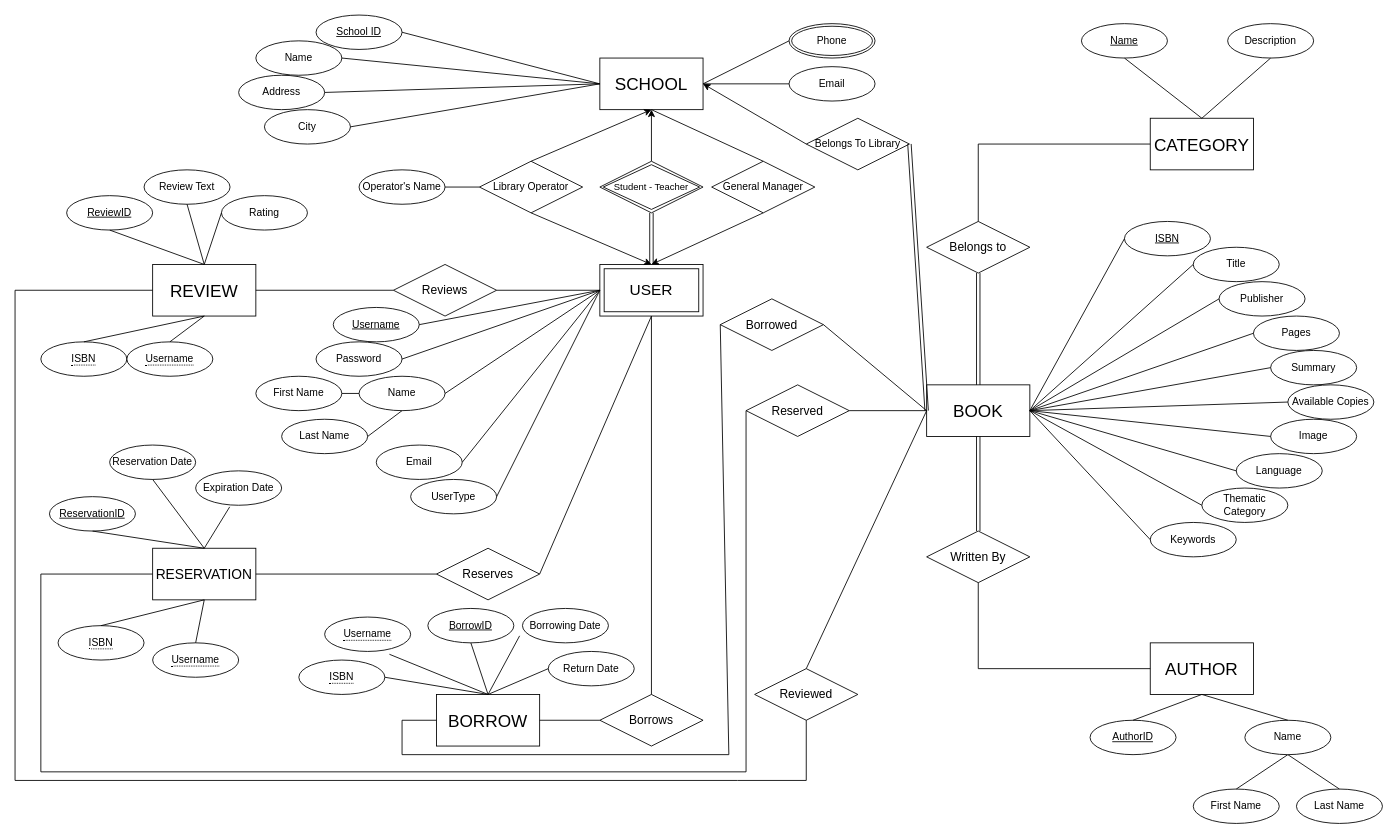
Above: diagrams/ermodel .drawio in konpappas/database (draw.io), before the change. Source tidied: cells renumbered, new cells numbered last; positions are measured from the earlier drawing's top-left corner, leaving out a move shared by most shapes. Both pictures are drawn from the tidied source at 86%, with x=0, y=0 at pixel (15, 15).
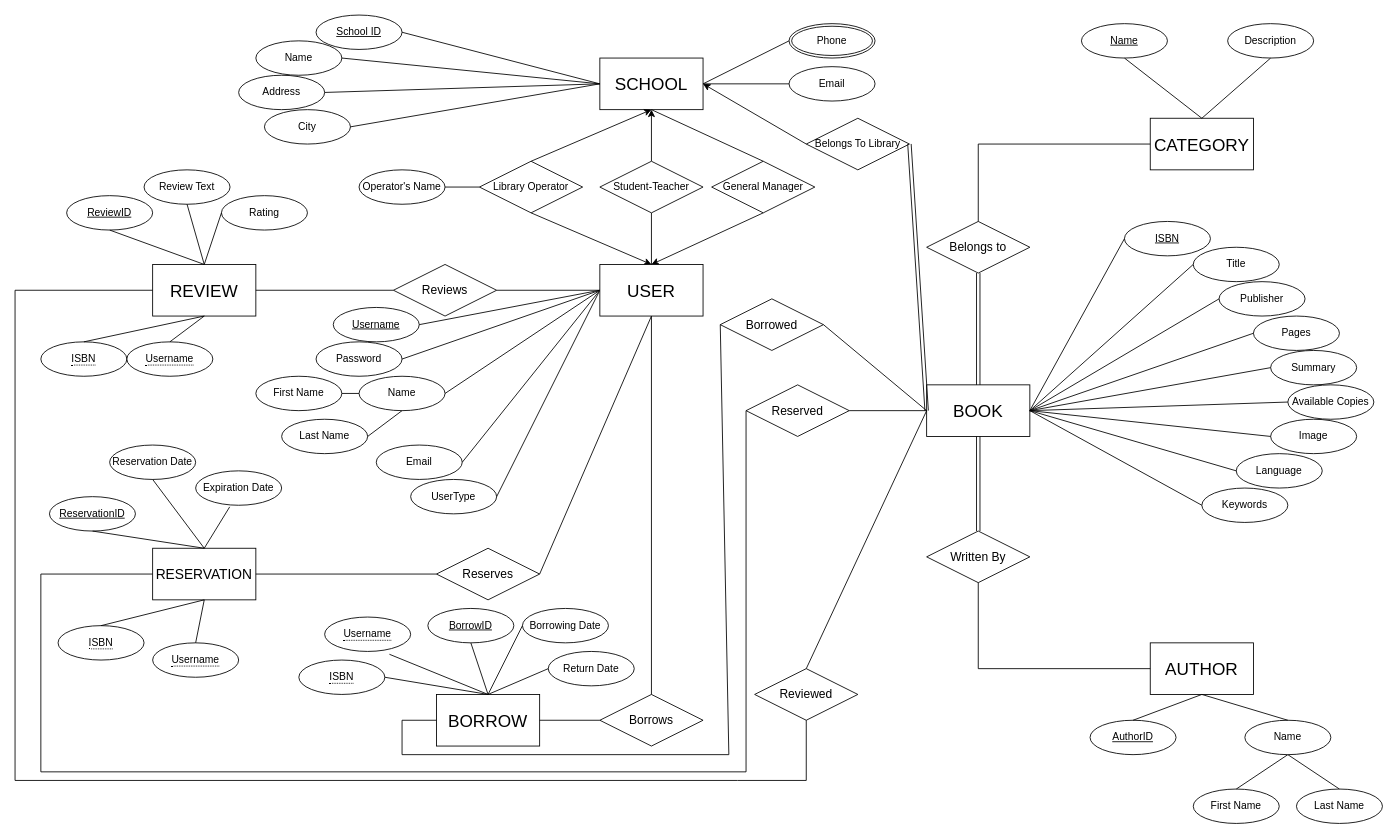
Above is the later version.

Unchanged cells that the change refers to:
```xml
<mxCell id="2" value="&lt;font style=&quot;font-size: 20px;&quot;&gt;SCHOOL&lt;/font&gt;" style="rounded=0;whiteSpace=wrap;html=1;" parent="1" vertex="1">
  <mxGeometry x="680" y="50" width="120" height="60" as="geometry" />
</mxCell>
<mxCell id="7" value="&lt;font style=&quot;font-size: 20px;&quot;&gt;BOOK&lt;/font&gt;" style="rounded=0;whiteSpace=wrap;html=1;" parent="1" vertex="1">
  <mxGeometry x="1060" y="430" width="120" height="60" as="geometry" />
</mxCell>
<mxCell id="19" value="&lt;font style=&quot;font-size: 14px;&quot;&gt;Borrows&lt;/font&gt;" style="shape=rhombus;perimeter=rhombusPerimeter;whiteSpace=wrap;html=1;align=center;" parent="1" vertex="1">
  <mxGeometry x="680" y="790" width="120" height="60" as="geometry" />
</mxCell>
<mxCell id="21" value="&lt;font style=&quot;font-size: 14px;&quot;&gt;Reviews&lt;/font&gt;" style="shape=rhombus;perimeter=rhombusPerimeter;whiteSpace=wrap;html=1;align=center;" parent="1" vertex="1">
  <mxGeometry x="440" y="290" width="120" height="60" as="geometry" />
</mxCell>
<mxCell id="44" value="General Manager" style="shape=rhombus;perimeter=rhombusPerimeter;whiteSpace=wrap;html=1;align=center;" parent="1" vertex="1">
  <mxGeometry x="810" y="170" width="120" height="60" as="geometry" />
</mxCell>
<mxCell id="59" value="Username" style="ellipse;whiteSpace=wrap;html=1;align=center;fontStyle=4;" parent="1" vertex="1">
  <mxGeometry x="370" y="340" width="100" height="40" as="geometry" />
</mxCell>
<mxCell id="63" value="Email" style="ellipse;whiteSpace=wrap;html=1;align=center;" parent="1" vertex="1">
  <mxGeometry x="420" y="500" width="100" height="40" as="geometry" />
</mxCell>
<mxCell id="64" value="UserType" style="ellipse;whiteSpace=wrap;html=1;align=center;" parent="1" vertex="1">
  <mxGeometry x="460" y="540" width="100" height="40" as="geometry" />
</mxCell>
<mxCell id="97" value="Borrowing Date" style="ellipse;whiteSpace=wrap;html=1;align=center;" parent="1" vertex="1">
  <mxGeometry x="590" y="690" width="100" height="40" as="geometry" />
</mxCell>
```

Diff of the diagram source:
```diff
@@
-    <mxCell id="9" value="&lt;font style=&quot;font-size: 18px;&quot;&gt;USER&lt;/font&gt;" style="shape=ext;margin=3;double=1;whiteSpace=wrap;html=1;align=center;" parent="1" vertex="1">
-      <mxGeometry x="680" y="290" width="120" height="60" as="geometry" />
-    </mxCell>
-    <mxCell id="10" style="rounded=0;jettySize=auto;html=1;exitX=0.5;exitY=0;exitDx=0;exitDy=0;entryX=0.5;entryY=1;entryDx=0;entryDy=0;" parent="1" edge="1" source="11" target="2">
-      <mxGeometry relative="1" as="geometry" />
+    <mxCell id="10" style="rounded=0;jettySize=auto;html=1;exitX=0.5;exitY=0;exitDx=0;exitDy=0;entryX=0.5;entryY=1;entryDx=0;entryDy=0;" parent="1" edge="1" target="2">
+      <mxGeometry relative="1" as="geometry">
+        <mxPoint x="740" y="170" as="sourcePoint" />
+      </mxGeometry>
     </mxCell>
-    <mxCell id="11" value="&lt;font style=&quot;font-size: 11px;&quot;&gt;Student - Teacher&lt;/font&gt;" style="shape=rhombus;double=1;perimeter=rhombusPerimeter;whiteSpace=wrap;html=1;align=center;" parent="1" vertex="1">
-      <mxGeometry x="680" y="170" width="120" height="60" as="geometry" />
-    </mxCell>
-    <mxCell id="12" style="endArrow=none;html=1;rounded=0;entryX=0.5;entryY=1;entryDx=0;entryDy=0;exitX=0.5;exitY=0;exitDx=0;exitDy=0;shape=link;" parent="1" edge="1" source="9" target="11">
-      <mxGeometry relative="1" as="geometry" />
-    </mxCell>
@@
-    <mxCell id="22" style="endArrow=none;html=1;rounded=0;entryX=0;entryY=0.5;entryDx=0;entryDy=0;exitX=1;exitY=0.5;exitDx=0;exitDy=0;" parent="1" edge="1" source="21" target="9">
-      <mxGeometry relative="1" as="geometry" />
+    <mxCell id="22" style="endArrow=none;html=1;rounded=0;entryX=0;entryY=0.5;entryDx=0;entryDy=0;exitX=1;exitY=0.5;exitDx=0;exitDy=0;" parent="1" edge="1" source="21">
+      <mxGeometry relative="1" as="geometry">
+        <mxPoint x="680" y="320" as="targetPoint" />
+      </mxGeometry>
     </mxCell>
@@
-    <mxCell id="24" style="endArrow=none;html=1;rounded=0;exitX=0.5;exitY=1;exitDx=0;exitDy=0;entryX=0.5;entryY=0;entryDx=0;entryDy=0;" parent="1" edge="1" source="9" target="19">
-      <mxGeometry relative="1" as="geometry" />
+    <mxCell id="24" style="endArrow=none;html=1;rounded=0;exitX=0.5;exitY=1;exitDx=0;exitDy=0;entryX=0.5;entryY=0;entryDx=0;entryDy=0;" parent="1" edge="1" target="19">
+      <mxGeometry relative="1" as="geometry">
+        <mxPoint x="740" y="350" as="sourcePoint" />
+      </mxGeometry>
     </mxCell>
@@
-    <mxCell id="43" style="rounded=0;jettySize=auto;html=1;entryX=0.5;entryY=0;entryDx=0;entryDy=0;exitX=0.5;exitY=1;exitDx=0;exitDy=0;" parent="1" edge="1" source="44" target="9">
-      <mxGeometry relative="1" as="geometry" />
+    <mxCell id="43" style="rounded=0;jettySize=auto;html=1;entryX=0.5;entryY=0;entryDx=0;entryDy=0;exitX=0.5;exitY=1;exitDx=0;exitDy=0;" parent="1" edge="1" source="44">
+      <mxGeometry relative="1" as="geometry">
+        <mxPoint x="740" y="290" as="targetPoint" />
+      </mxGeometry>
     </mxCell>
@@
-    <mxCell id="66" style="endArrow=none;html=1;rounded=0;exitX=1;exitY=0.5;exitDx=0;exitDy=0;entryX=0;entryY=0.5;entryDx=0;entryDy=0;" parent="1" edge="1" source="59" target="9">
-      <mxGeometry relative="1" as="geometry" />
+    <mxCell id="66" style="endArrow=none;html=1;rounded=0;exitX=1;exitY=0.5;exitDx=0;exitDy=0;entryX=0;entryY=0.5;entryDx=0;entryDy=0;" parent="1" edge="1" source="59">
+      <mxGeometry relative="1" as="geometry">
+        <mxPoint x="680" y="320" as="targetPoint" />
+      </mxGeometry>
     </mxCell>
@@
-    <mxCell id="70" style="endArrow=none;html=1;rounded=0;exitX=1;exitY=0.5;exitDx=0;exitDy=0;entryX=0;entryY=0.5;entryDx=0;entryDy=0;" parent="1" edge="1" source="63" target="9">
-      <mxGeometry relative="1" as="geometry" />
+    <mxCell id="70" style="endArrow=none;html=1;rounded=0;exitX=1;exitY=0.5;exitDx=0;exitDy=0;entryX=0;entryY=0.5;entryDx=0;entryDy=0;" parent="1" edge="1" source="63">
+      <mxGeometry relative="1" as="geometry">
+        <mxPoint x="680" y="320" as="targetPoint" />
+      </mxGeometry>
     </mxCell>
-    <mxCell id="71" style="endArrow=none;html=1;rounded=0;exitX=1;exitY=0.5;exitDx=0;exitDy=0;entryX=0;entryY=0.5;entryDx=0;entryDy=0;" parent="1" edge="1" source="64" target="9">
-      <mxGeometry relative="1" as="geometry" />
+    <mxCell id="71" style="endArrow=none;html=1;rounded=0;exitX=1;exitY=0.5;exitDx=0;exitDy=0;entryX=0;entryY=0.5;entryDx=0;entryDy=0;" parent="1" edge="1" source="64">
+      <mxGeometry relative="1" as="geometry">
+        <mxPoint x="680" y="320" as="targetPoint" />
+      </mxGeometry>
     </mxCell>
@@
-    <mxCell id="102" style="endArrow=none;html=1;rounded=0;exitX=-0.033;exitY=0.796;exitDx=0;exitDy=0;exitPerimeter=0;" parent="1" edge="1" source="97">
+    <mxCell id="102" style="endArrow=none;html=1;rounded=0;exitX=0;exitY=0.5;exitDx=0;exitDy=0;" parent="1" edge="1" source="97">
       <mxGeometry relative="1" as="geometry">
         <mxPoint x="550" y="790" as="targetPoint" />
       </mxGeometry>
     </mxCell>
@@
-    <mxCell id="124" value="Thematic Category" style="ellipse;whiteSpace=wrap;html=1;align=center;" parent="1" vertex="1">
-      <mxGeometry x="1380" y="550" width="100" height="40" as="geometry" />
-    </mxCell>
     <mxCell id="125" value="Keywords" style="ellipse;whiteSpace=wrap;html=1;align=center;" parent="1" vertex="1">
-      <mxGeometry x="1320" y="590" width="100" height="40" as="geometry" />
+      <mxGeometry x="1380" y="550" width="100" height="40" as="geometry" />
     </mxCell>
@@
-    <mxCell id="134" style="endArrow=none;html=1;rounded=0;exitX=0;exitY=0.5;exitDx=0;exitDy=0;entryX=1;entryY=0.5;entryDx=0;entryDy=0;" parent="1" edge="1" source="124" target="7">
-      <mxGeometry relative="1" as="geometry" />
-    </mxCell>
@@
+    <mxCell id="9" value="&lt;font style=&quot;font-size: 20px;&quot;&gt;USER&lt;/font&gt;" style="whiteSpace=wrap;html=1;align=center;" parent="1" vertex="1">
+      <mxGeometry x="680" y="290" width="120" height="60" as="geometry" />
+    </mxCell>
+    <mxCell id="136" style="endArrow=none;html=1;rounded=0;entryX=0.5;entryY=1;entryDx=0;entryDy=0;exitX=0.5;exitY=0;exitDx=0;exitDy=0;" parent="1" edge="1" source="9">
+      <mxGeometry relative="1" as="geometry">
+        <mxPoint x="740" y="230" as="targetPoint" />
+      </mxGeometry>
+    </mxCell>
+    <mxCell id="137" value="Student-Teacher" style="shape=rhombus;perimeter=rhombusPerimeter;whiteSpace=wrap;html=1;align=center;" parent="1" vertex="1">
+      <mxGeometry x="680" y="170" width="120" height="60" as="geometry" />
+    </mxCell>
```
